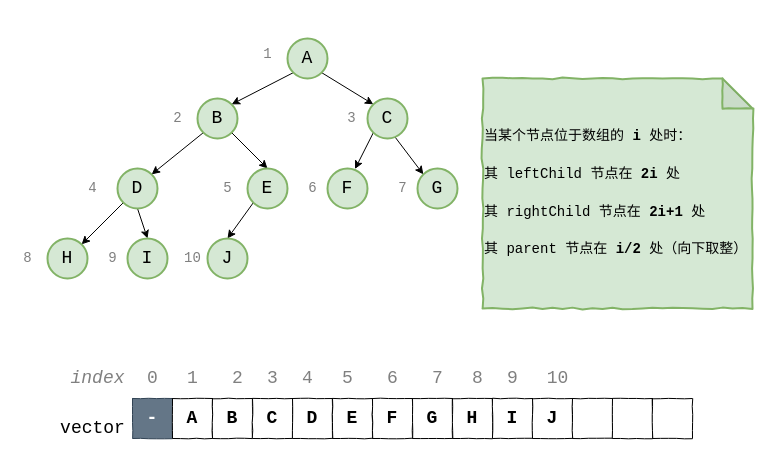
Before: BlogImages/STL/binary-heap.drawio in JoyChenNo1/JoyChenNo1.github.io, a draw.io diagram. Source tidied: cells renumbered, new cells numbered last; positions are measured from the earlier drawing's top-left corner, leaving out a move shared by most shapes. Both pictures are drawn from the tidied source at 100%, with x=0, y=0 at pixel (17, 38).
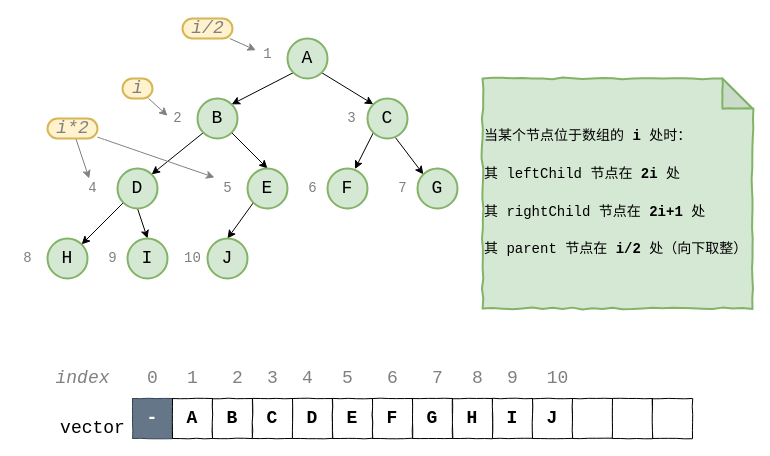
After the change.

Unchanged cells that the change refers to:
```xml
<mxCell id="47" value="&lt;font style=&quot;font-size: 14px&quot;&gt;1&lt;/font&gt;" style="text;html=1;align=center;verticalAlign=middle;points=[];strokeColor=none;fontSize=18;fontFamily=Courier New;fontColor=#808080;" parent="1" vertex="1">
  <mxGeometry x="240" width="20" height="30" as="geometry" />
</mxCell>
<mxCell id="48" value="2" style="text;html=1;align=center;verticalAlign=middle;points=[];strokeColor=none;fontSize=14;fontFamily=Courier New;fontColor=#808080;" parent="1" vertex="1">
  <mxGeometry x="150" y="70" width="20" height="20" as="geometry" />
</mxCell>
<mxCell id="50" value="4" style="text;html=1;align=center;verticalAlign=middle;points=[];strokeColor=none;fontSize=14;fontFamily=Courier New;fontColor=#808080;" parent="1" vertex="1">
  <mxGeometry x="65" y="140" width="20" height="20" as="geometry" />
</mxCell>
<mxCell id="51" value="5" style="text;html=1;align=center;verticalAlign=middle;points=[];strokeColor=none;fontSize=14;fontFamily=Courier New;fontColor=#808080;" parent="1" vertex="1">
  <mxGeometry x="200" y="140" width="20" height="20" as="geometry" />
</mxCell>
```

Diff of the diagram source:
```diff
@@
     <mxCell id="16" value="&lt;i&gt;index&lt;/i&gt;" style="text;html=1;align=center;verticalAlign=middle;strokeColor=none;fontSize=18;fontFamily=Courier New;fontColor=#808080;" parent="1" vertex="1">
-      <mxGeometry x="45" y="325" width="70" height="30" as="geometry" />
+      <mxGeometry x="30" y="325" width="70" height="30" as="geometry" />
     </mxCell>
@@
+    <mxCell id="59" style="rounded=0;jettySize=auto;html=1;entryX=0.003;entryY=0.362;entryDx=0;entryDy=0;entryPerimeter=0;strokeColor=#808080;" parent="1" edge="1" source="60" target="48">
+      <mxGeometry relative="1" as="geometry" />
+    </mxCell>
+    <mxCell id="60" value="&lt;font face=&quot;Courier New&quot; style=&quot;font-size: 18px&quot; color=&quot;#808080&quot;&gt;&lt;i&gt;i&lt;/i&gt;&lt;/font&gt;" style="text;html=1;align=center;verticalAlign=middle;points=[];strokeColor=#d6b656;fillColor=#fff2cc;rounded=1;arcSize=50;strokeWidth=2;" parent="1" vertex="1">
+      <mxGeometry x="105" y="40" width="30" height="20" as="geometry" />
+    </mxCell>
+    <mxCell id="61" style="edgeStyle=none;rounded=0;jettySize=auto;html=1;entryX=-0.083;entryY=0.391;entryDx=0;entryDy=0;entryPerimeter=0;strokeColor=#808080;" parent="1" edge="1" source="62" target="47">
+      <mxGeometry relative="1" as="geometry" />
+    </mxCell>
+    <mxCell id="62" value="&lt;font face=&quot;Courier New&quot; style=&quot;font-size: 18px&quot; color=&quot;#808080&quot;&gt;&lt;i&gt;i/2&lt;/i&gt;&lt;/font&gt;" style="text;html=1;align=center;verticalAlign=middle;points=[];strokeColor=#d6b656;fillColor=#fff2cc;rounded=1;arcSize=50;strokeWidth=2;" parent="1" vertex="1">
+      <mxGeometry x="165" y="-20" width="50" height="20" as="geometry" />
+    </mxCell>
+    <mxCell id="63" style="edgeStyle=none;rounded=0;jettySize=auto;html=1;strokeColor=#808080;" parent="1" edge="1" source="65" target="50">
+      <mxGeometry relative="1" as="geometry" />
+    </mxCell>
+    <mxCell id="64" style="edgeStyle=none;jettySize=auto;html=1;entryX=-0.152;entryY=-0.052;entryDx=0;entryDy=0;entryPerimeter=0;strokeColor=#808080;curved=1;" parent="1" edge="1" source="65" target="51">
+      <mxGeometry relative="1" as="geometry" />
+    </mxCell>
+    <mxCell id="65" value="&lt;font face=&quot;Courier New&quot; style=&quot;font-size: 18px&quot; color=&quot;#808080&quot;&gt;&lt;i&gt;i*2&lt;/i&gt;&lt;/font&gt;" style="text;html=1;align=center;verticalAlign=middle;points=[];strokeColor=#d6b656;fillColor=#fff2cc;rounded=1;arcSize=50;strokeWidth=2;" parent="1" vertex="1">
+      <mxGeometry x="30" y="80" width="50" height="20" as="geometry" />
+    </mxCell>
```
